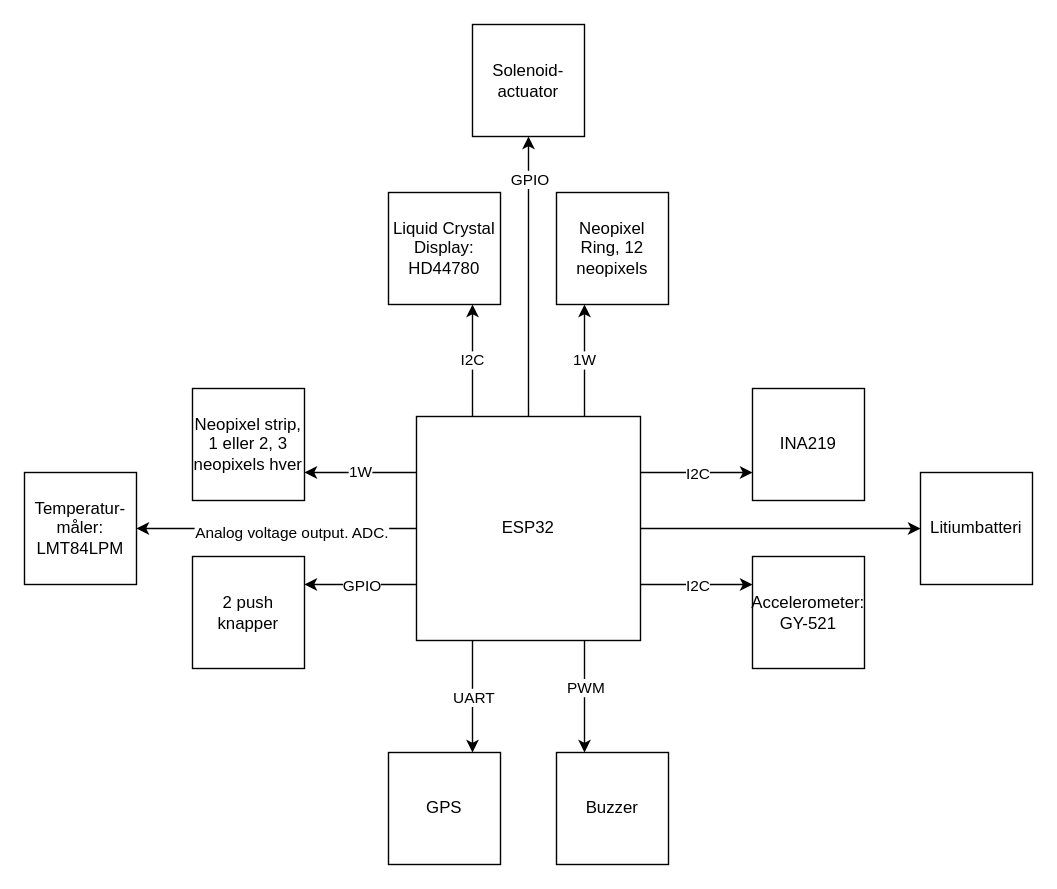
KEA-E24-B9-IOT1/E24-B9-IoT1 keeps this draw.io diagram as Blokdiagram/Blokdiagram.drawio. Above is the earlier version. Source tidied: cells renumbered, new cells numbered last; positions are measured from the earlier drawing's top-left corner, leaving out a move shared by most shapes. Both pictures are drawn from the tidied source at 140%, with x=0, y=0 at pixel (24, 24).
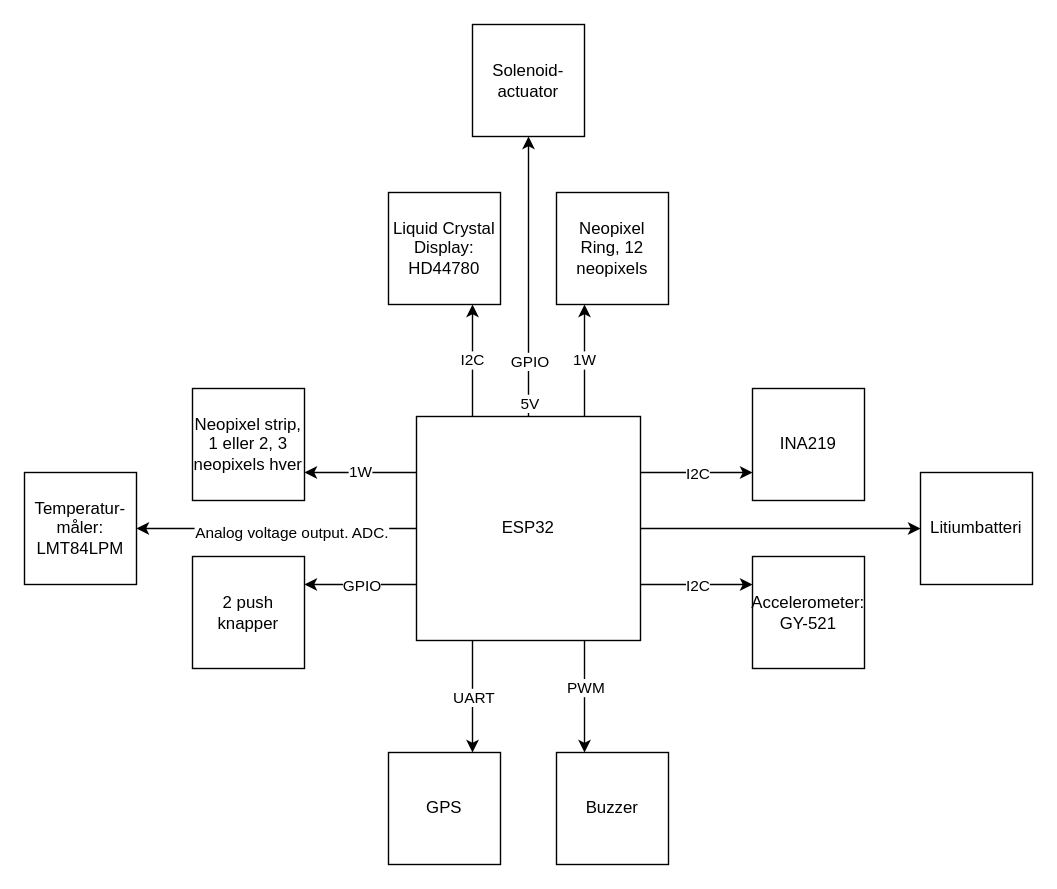
After the change.

Unchanged cells that the change refers to:
```xml
<mxCell id="2" style="edgeStyle=orthogonalEdgeStyle;rounded=0;jettySize=auto;html=1;exitX=0.5;exitY=0;exitDx=0;exitDy=0;entryX=0.5;entryY=1;entryDx=0;entryDy=0;" parent="1" edge="1" source="20" target="30">
  <mxGeometry relative="1" as="geometry" />
</mxCell>
```

The edit, as a diff of the source:
```diff
@@
     <mxCell id="3" value="GPIO" style="edgeLabel;html=1;align=center;verticalAlign=middle;" parent="2" vertex="1">
       <mxGeometry x="-0.18" y="2" relative="1" as="geometry">
-        <mxPoint x="2" y="-88" as="offset" />
+        <mxPoint x="2" y="42" as="offset" />
       </mxGeometry>
     </mxCell>
+    <mxCell id="32" value="5V" style="edgeLabel;html=1;align=center;verticalAlign=middle;" parent="2" vertex="1">
+      <mxGeometry x="-0.09" relative="1" as="geometry">
+        <mxPoint y="81" as="offset" />
+      </mxGeometry>
+    </mxCell>
```
